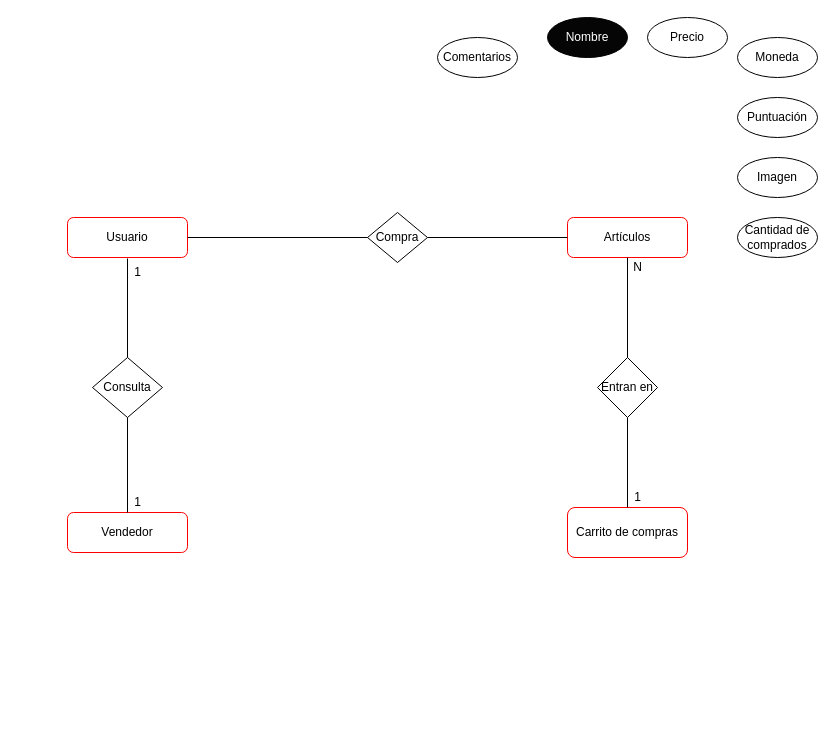
tatianacb5/Proyecto-e-commerce-JAP keeps this draw.io diagram as Untitled Diagram.drawio. Above is the earlier version. Source tidied: cells renumbered, new cells numbered last; positions are measured from the earlier drawing's top-left corner, leaving out a move shared by most shapes. Both pictures are drawn from the tidied source at 100%, with x=0, y=0 at pixel (67, 17).
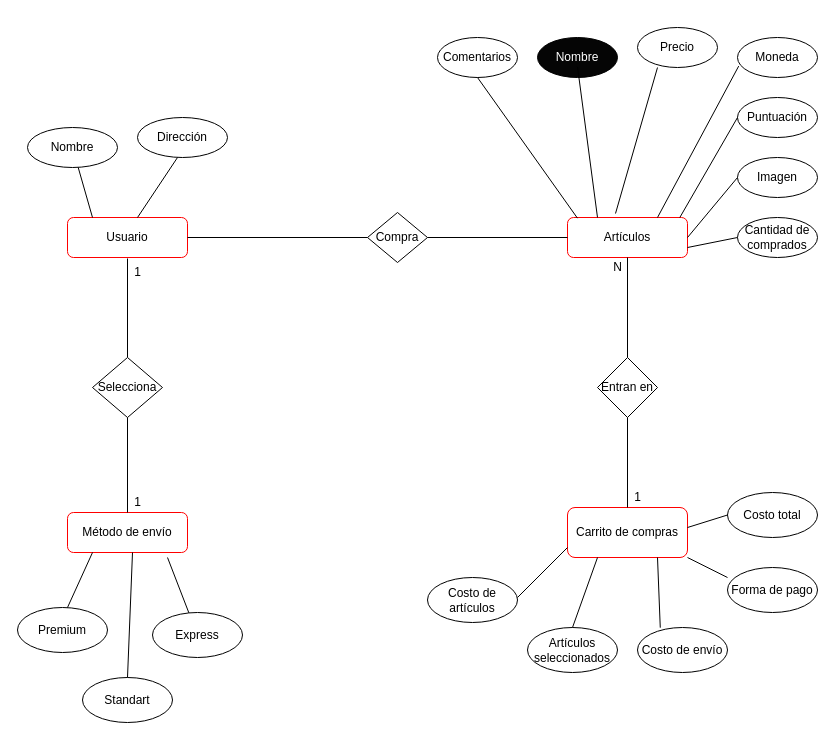
Above is the later version.

Unchanged cells that the change refers to:
```xml
<mxCell id="3" value="Artículos" style="rounded=1;whiteSpace=wrap;html=1;fontSize=12;glass=0;strokeWidth=1;shadow=0;strokeColor=#FF0000;" parent="1" vertex="1">
  <mxGeometry x="500" y="200" width="120" height="40" as="geometry" />
</mxCell>
<mxCell id="21" value="Puntuación" style="ellipse;whiteSpace=wrap;html=1;" parent="1" vertex="1">
  <mxGeometry x="670" y="80" width="80" height="40" as="geometry" />
</mxCell>
<mxCell id="22" value="Moneda" style="ellipse;whiteSpace=wrap;html=1;" parent="1" vertex="1">
  <mxGeometry x="670" y="20" width="80" height="40" as="geometry" />
</mxCell>
<mxCell id="23" value="Imagen" style="ellipse;whiteSpace=wrap;html=1;" parent="1" vertex="1">
  <mxGeometry x="670" y="140" width="80" height="40" as="geometry" />
</mxCell>
<mxCell id="24" value="Cantidad de comprados" style="ellipse;whiteSpace=wrap;html=1;" parent="1" vertex="1">
  <mxGeometry x="670" y="200" width="80" height="40" as="geometry" />
</mxCell>
<mxCell id="25" value="Comentarios" style="ellipse;whiteSpace=wrap;html=1;" parent="1" vertex="1">
  <mxGeometry x="370" y="20" width="80" height="40" as="geometry" />
</mxCell>
```

The edit, as a diff of the source:
```diff
@@
-    <mxCell id="6" value="Vendedor" style="rounded=1;whiteSpace=wrap;html=1;fontSize=12;glass=0;strokeWidth=1;shadow=0;strokeColor=#FF0000;" parent="1" vertex="1">
+    <mxCell id="6" value="Método de envío" style="rounded=1;whiteSpace=wrap;html=1;fontSize=12;glass=0;strokeWidth=1;shadow=0;strokeColor=#FF0000;" parent="1" vertex="1">
       <mxGeometry y="495" width="120" height="40" as="geometry" />
     </mxCell>
@@
     <mxCell id="10" value="N" style="text;html=1;align=center;verticalAlign=middle;strokeColor=none;" parent="1" vertex="1">
-      <mxGeometry x="560" y="240" width="20" height="20" as="geometry" />
+      <mxGeometry x="540" y="240" width="20" height="20" as="geometry" />
     </mxCell>
@@
-    <mxCell id="12" value="Consulta" style="rhombus;whiteSpace=wrap;html=1;strokeColor=#000000;fillColor=#FFFFFF;" parent="1" vertex="1">
+    <mxCell id="12" value="Selecciona" style="rhombus;whiteSpace=wrap;html=1;strokeColor=#000000;fillColor=#FFFFFF;" parent="1" vertex="1">
       <mxGeometry x="25" y="340" width="70" height="60" as="geometry" />
     </mxCell>
@@
     <mxCell id="19" value="&lt;font color=&quot;#ffffff&quot; style=&quot;background-color: rgb(5 , 5 , 5)&quot;&gt;Nombre&lt;/font&gt;" style="ellipse;whiteSpace=wrap;html=1;fillColor=#050505;" parent="1" vertex="1">
-      <mxGeometry x="480" width="80" height="40" as="geometry" />
+      <mxGeometry x="470" y="20" width="80" height="40" as="geometry" />
     </mxCell>
     <mxCell id="20" value="Precio" style="ellipse;whiteSpace=wrap;html=1;" parent="1" vertex="1">
-      <mxGeometry x="580" width="80" height="40" as="geometry" />
+      <mxGeometry x="570" y="10" width="80" height="40" as="geometry" />
     </mxCell>
@@
+    <mxCell id="26" style="endArrow=none;html=1;entryX=0.083;entryY=0.017;entryDx=0;entryDy=0;entryPerimeter=0;exitX=0.5;exitY=1;exitDx=0;exitDy=0;" parent="1" edge="1" source="25" target="3">
+      <mxGeometry relative="1" as="geometry" />
+    </mxCell>
+    <mxCell id="27" style="endArrow=none;html=1;exitX=0.5;exitY=1;exitDx=0;exitDy=0;" parent="1" edge="1">
+      <mxGeometry relative="1" as="geometry">
+        <mxPoint x="510" y="49.3" as="sourcePoint" />
+        <mxPoint x="530" y="200" as="targetPoint" />
+      </mxGeometry>
+    </mxCell>
+    <mxCell id="28" style="endArrow=none;html=1;entryX=0.4;entryY=-0.099;entryDx=0;entryDy=0;entryPerimeter=0;" parent="1" edge="1" target="3">
+      <mxGeometry relative="1" as="geometry">
+        <mxPoint x="590" y="50" as="sourcePoint" />
+        <Array as="points">
+          <mxPoint x="548" y="196" />
+        </Array>
+      </mxGeometry>
+    </mxCell>
+    <mxCell id="29" style="endArrow=none;html=1;entryX=0.083;entryY=0.017;entryDx=0;entryDy=0;entryPerimeter=0;exitX=0.015;exitY=0.715;exitDx=0;exitDy=0;exitPerimeter=0;" parent="1" edge="1" source="22">
+      <mxGeometry relative="1" as="geometry">
+        <mxPoint x="590" y="200" as="targetPoint" />
+      </mxGeometry>
+    </mxCell>
+    <mxCell id="30" style="endArrow=none;html=1;exitX=0;exitY=0.5;exitDx=0;exitDy=0;entryX=0.936;entryY=0;entryDx=0;entryDy=0;entryPerimeter=0;" parent="1" edge="1" source="21" target="3">
+      <mxGeometry relative="1" as="geometry" />
+    </mxCell>
+    <mxCell id="31" style="endArrow=none;html=1;entryX=1;entryY=0.5;entryDx=0;entryDy=0;exitX=0;exitY=0.5;exitDx=0;exitDy=0;" parent="1" edge="1" source="23" target="3">
+      <mxGeometry relative="1" as="geometry" />
+    </mxCell>
+    <mxCell id="32" style="endArrow=none;html=1;exitX=0;exitY=0.5;exitDx=0;exitDy=0;" parent="1" edge="1" source="24">
+      <mxGeometry relative="1" as="geometry">
+        <mxPoint x="620" y="230" as="targetPoint" />
+      </mxGeometry>
+    </mxCell>
+    <mxCell id="33" value="Costo de artículos" style="ellipse;whiteSpace=wrap;html=1;" parent="1" vertex="1">
+      <mxGeometry x="360" y="560" width="90" height="45" as="geometry" />
+    </mxCell>
+    <mxCell id="34" value="Artículos seleccionados" style="ellipse;whiteSpace=wrap;html=1;" parent="1" vertex="1">
+      <mxGeometry x="460" y="610" width="90" height="45" as="geometry" />
+    </mxCell>
+    <mxCell id="35" value="Costo de envío" style="ellipse;whiteSpace=wrap;html=1;" parent="1" vertex="1">
+      <mxGeometry x="570" y="610" width="90" height="45" as="geometry" />
+    </mxCell>
+    <mxCell id="36" value="Forma de pago" style="ellipse;whiteSpace=wrap;html=1;" parent="1" vertex="1">
+      <mxGeometry x="660" y="550" width="90" height="45" as="geometry" />
+    </mxCell>
+    <mxCell id="37" value="Costo total" style="ellipse;whiteSpace=wrap;html=1;" parent="1" vertex="1">
+      <mxGeometry x="660" y="475" width="90" height="45" as="geometry" />
+    </mxCell>
+    <mxCell id="38" style="endArrow=none;html=1;" parent="1" edge="1">
+      <mxGeometry relative="1" as="geometry">
+        <mxPoint x="450" y="580" as="sourcePoint" />
+        <mxPoint x="500" y="530" as="targetPoint" />
+      </mxGeometry>
+    </mxCell>
+    <mxCell id="39" style="endArrow=none;html=1;exitX=0.5;exitY=0;exitDx=0;exitDy=0;" parent="1" edge="1" source="34">
+      <mxGeometry relative="1" as="geometry">
+        <mxPoint x="530" y="540" as="targetPoint" />
+      </mxGeometry>
+    </mxCell>
+    <mxCell id="40" style="endArrow=none;html=1;exitX=0.253;exitY=0.004;exitDx=0;exitDy=0;exitPerimeter=0;" parent="1" edge="1" source="35">
+      <mxGeometry relative="1" as="geometry">
+        <mxPoint x="590" y="540" as="targetPoint" />
+      </mxGeometry>
+    </mxCell>
+    <mxCell id="41" style="endArrow=none;html=1;entryX=0;entryY=0.5;entryDx=0;entryDy=0;" parent="1" edge="1" target="37">
+      <mxGeometry relative="1" as="geometry">
+        <mxPoint x="620" y="510" as="sourcePoint" />
+      </mxGeometry>
+    </mxCell>
+    <mxCell id="42" style="endArrow=none;html=1;" parent="1" edge="1">
+      <mxGeometry relative="1" as="geometry">
+        <mxPoint x="620" y="540" as="sourcePoint" />
+        <mxPoint x="660" y="560" as="targetPoint" />
+      </mxGeometry>
+    </mxCell>
+    <mxCell id="43" value="Premium" style="ellipse;whiteSpace=wrap;html=1;" parent="1" vertex="1">
+      <mxGeometry x="-50" y="590" width="90" height="45" as="geometry" />
+    </mxCell>
+    <mxCell id="44" value="Standart" style="ellipse;whiteSpace=wrap;html=1;" parent="1" vertex="1">
+      <mxGeometry x="15" y="660" width="90" height="45" as="geometry" />
+    </mxCell>
+    <mxCell id="45" value="Express" style="ellipse;whiteSpace=wrap;html=1;" parent="1" vertex="1">
+      <mxGeometry x="85" y="595" width="90" height="45" as="geometry" />
+    </mxCell>
+    <mxCell id="46" style="endArrow=none;html=1;" parent="1" edge="1" source="45">
+      <mxGeometry relative="1" as="geometry">
+        <mxPoint x="100" y="540" as="targetPoint" />
+      </mxGeometry>
+    </mxCell>
+    <mxCell id="47" style="endArrow=none;html=1;" parent="1" edge="1">
+      <mxGeometry relative="1" as="geometry">
+        <mxPoint y="590" as="sourcePoint" />
+        <mxPoint x="25" y="535" as="targetPoint" />
+      </mxGeometry>
+    </mxCell>
+    <mxCell id="48" style="endArrow=none;html=1;exitX=0.5;exitY=0;exitDx=0;exitDy=0;" parent="1" edge="1" source="44">
+      <mxGeometry relative="1" as="geometry">
+        <mxPoint x="65" y="535" as="targetPoint" />
+      </mxGeometry>
+    </mxCell>
+    <mxCell id="49" value="Dirección" style="ellipse;whiteSpace=wrap;html=1;strokeColor=#000000;" parent="1" vertex="1">
+      <mxGeometry x="70" y="100" width="90" height="40" as="geometry" />
+    </mxCell>
+    <mxCell id="50" value="Nombre" style="ellipse;whiteSpace=wrap;html=1;strokeColor=#000000;" parent="1" vertex="1">
+      <mxGeometry x="-40" y="110" width="90" height="40" as="geometry" />
+    </mxCell>
+    <mxCell id="51" style="endArrow=none;html=1;fontColor=#FFFFFF;" parent="1" edge="1">
+      <mxGeometry relative="1" as="geometry">
+        <mxPoint x="70" y="200" as="sourcePoint" />
+        <mxPoint x="110" y="140" as="targetPoint" />
+      </mxGeometry>
+    </mxCell>
+    <mxCell id="52" style="endArrow=none;html=1;fontColor=#FFFFFF;" parent="1" edge="1" target="50">
+      <mxGeometry relative="1" as="geometry">
+        <mxPoint x="25" y="200" as="sourcePoint" />
+      </mxGeometry>
+    </mxCell>
```
